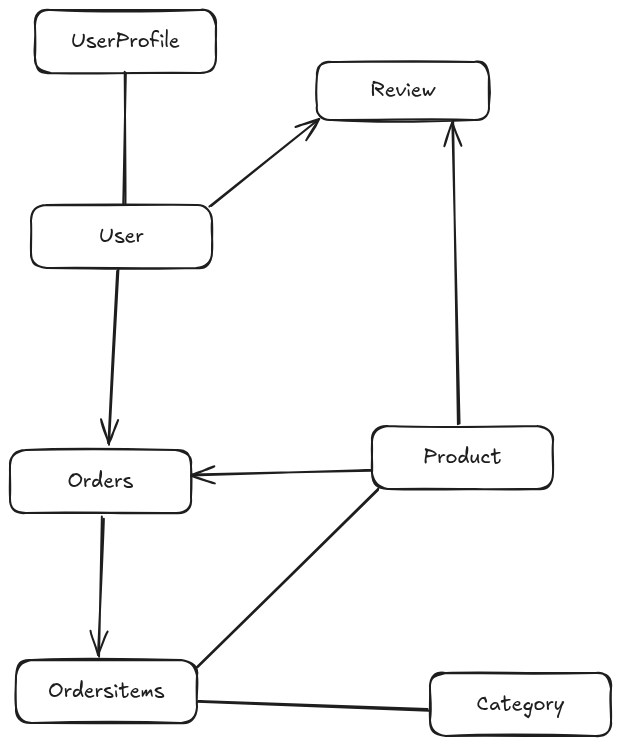
Before: TEcommerceWebApi/db-schema.excalidraw.png, a diagram exported from Excalidraw (MDalamin5/The-Ultimate-C_Sharp-Learning-Lab-TestLine). Source tidied: one line per element, renumbered; positions are measured from the earlier drawing's top-left corner, leaving out a move shared by most shapes.
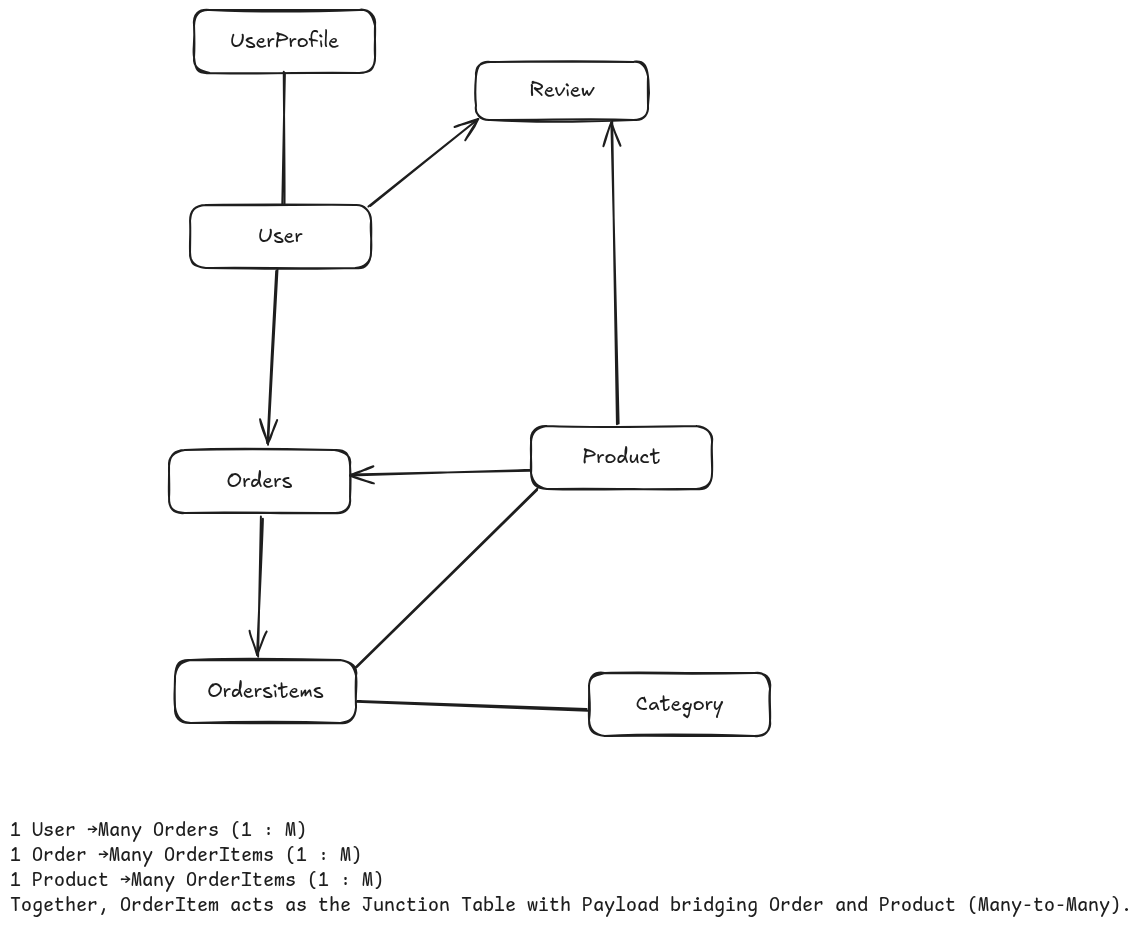
After the commit.

Commit message:
user to order and order to order item connection done

Change to the diagram source:
```diff
@@ -20,3 +20,4 @@
 {"id": 19, "type": "arrow", "strokeColor": "#1e1e1e", "strokeWidth": 2, "roughness": 1, "endArrowhead": "arrow", "round": true, "from": 2, "to": 17, "x": 200, "y": 196, "width": 108, "height": 86, "points": [[0, 0], [108, -86]]}
 {"id": 20, "type": "arrow", "strokeColor": "#1e1e1e", "strokeWidth": 2, "roughness": 1, "endArrowhead": "arrow", "round": true, "from": 6, "to": 17, "x": 449, "y": 414, "width": 6, "height": 302, "points": [[0, 0], [-6, -302]]}
 {"id": 21, "type": "line", "strokeColor": "#1e1e1e", "strokeWidth": 2, "roughness": 1, "round": true, "x": 188, "y": 691, "width": 231, "height": 9, "points": [[0, 0], [231, 9]]}
+{"id": 22, "type": "text", "text": "1 User →Many Orders (1 : M)\n1 Order →Many OrderItems (1 : M)\n1 Product →Many OrderItems (1 : M)\nTogether, OrderItem acts as the Junction Table with Payload bridging Order and Product (Many-to-Many).", "strokeColor": "#1e1e1e", "strokeWidth": 2, "roughness": 1, "fontSize": 20, "fontFamily": 8, "x": -159, "y": 808, "width": 1122, "height": 100}
```
